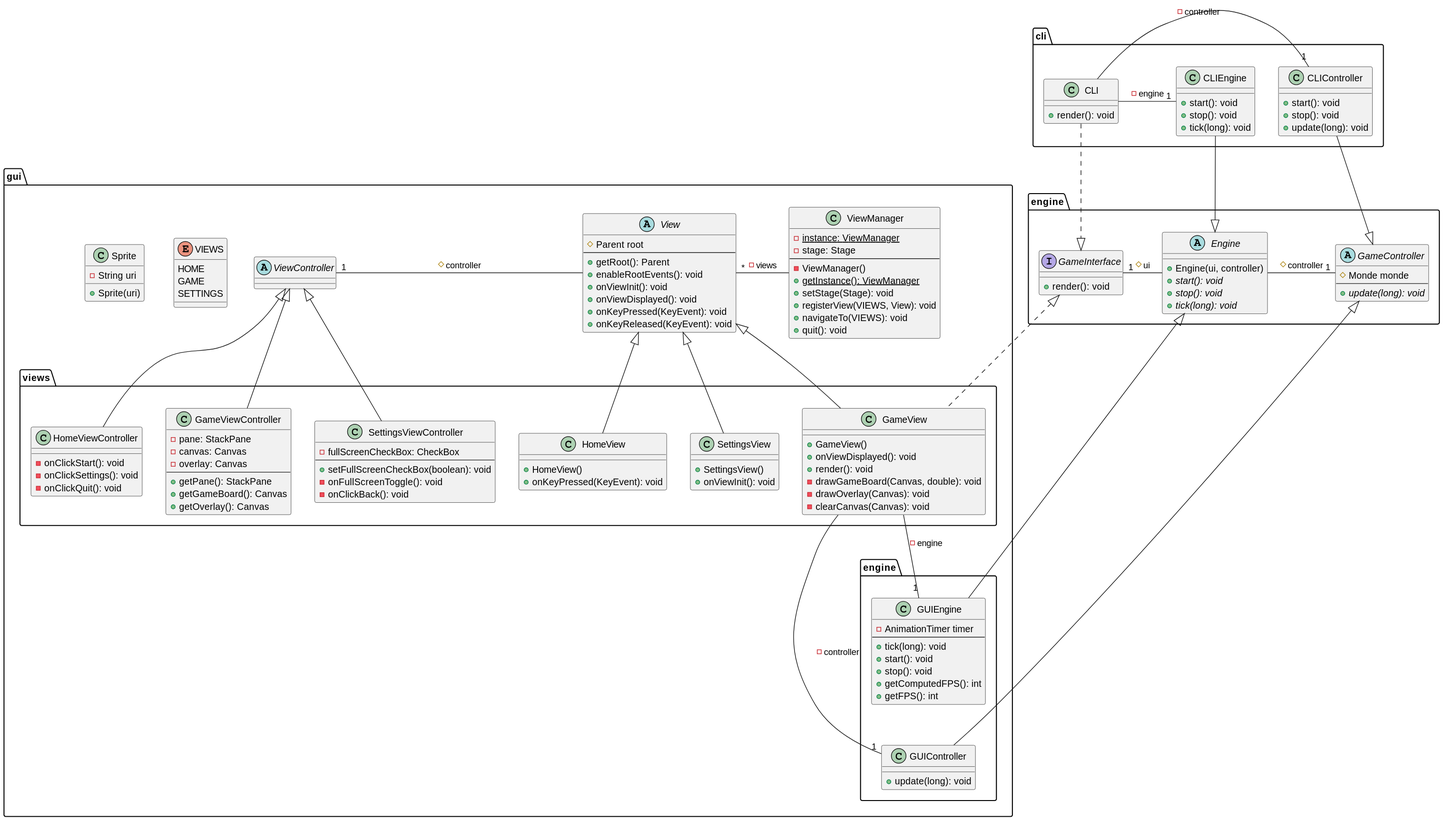
Earlier version of the PlantUML export docs/uml/class-gui.svg (victord54/escape).
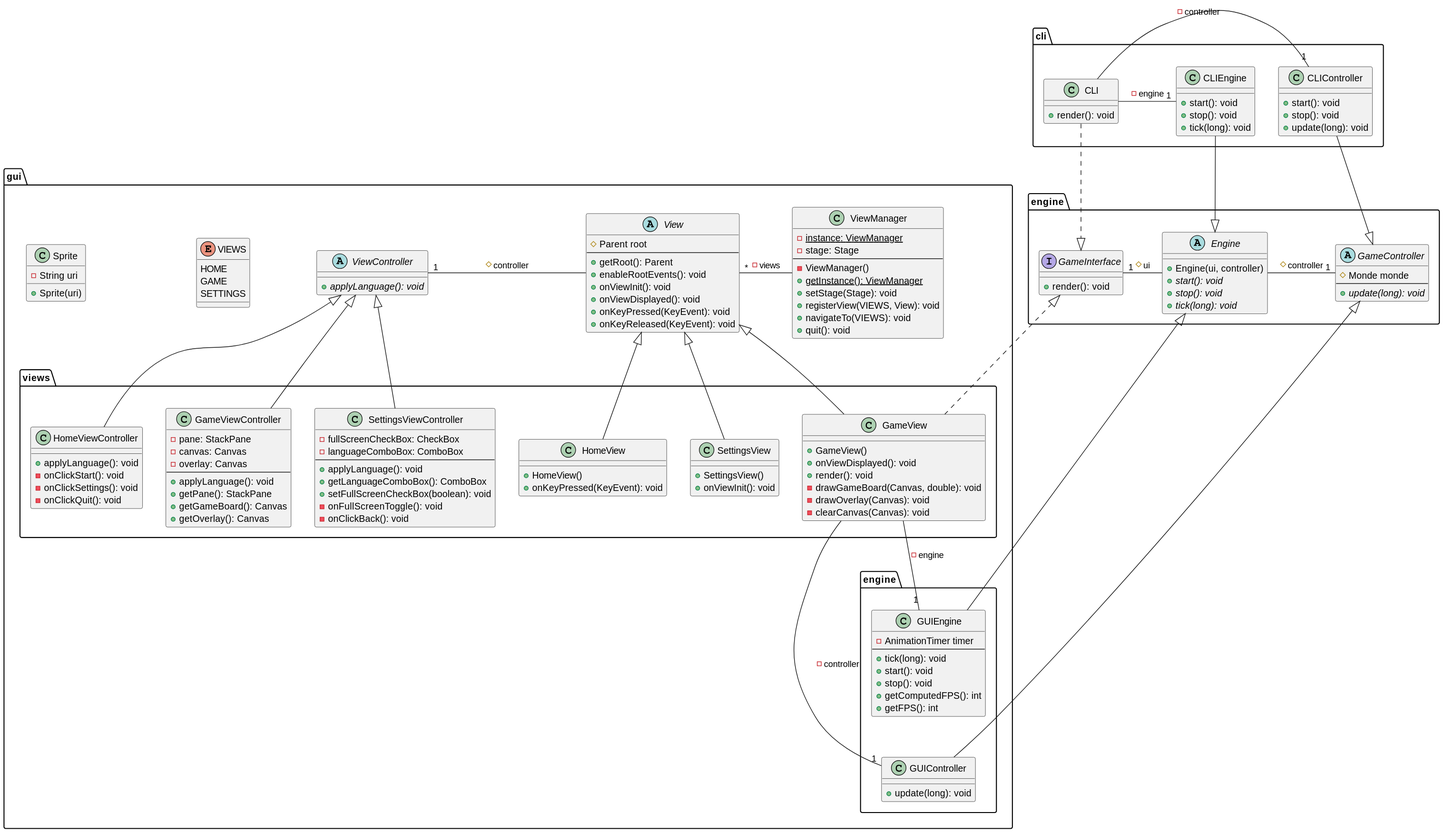
Later version of the same file.

Diff of the diagram source:
```diff
@@ -48,7 +48,9 @@
         + onKeyReleased(KeyEvent): void
     }
 
-    abstract class ViewController {}
+    abstract class ViewController {
+        + {abstract} applyLanguage(): void
+    }
 
     enum VIEWS {
         HOME
@@ -70,6 +72,7 @@
 
     package views {
         class HomeViewController {
+            + applyLanguage(): void
             - onClickStart(): void
             - onClickSettings(): void
             - onClickQuit(): void
@@ -80,6 +83,7 @@
             - canvas: Canvas
             - overlay: Canvas
             --
+            + applyLanguage(): void
             + getPane(): StackPane
             + getGameBoard(): Canvas
             + getOverlay(): Canvas
@@ -87,7 +91,10 @@
 
         class SettingsViewController {
             - fullScreenCheckBox: CheckBox
+            - languageComboBox: ComboBox
             --
+            + applyLanguage(): void
+            + getLanguageComboBox(): ComboBox
             + setFullScreenCheckBox(boolean): void
             - onFullScreenToggle(): void
             - onClickBack(): void
```
